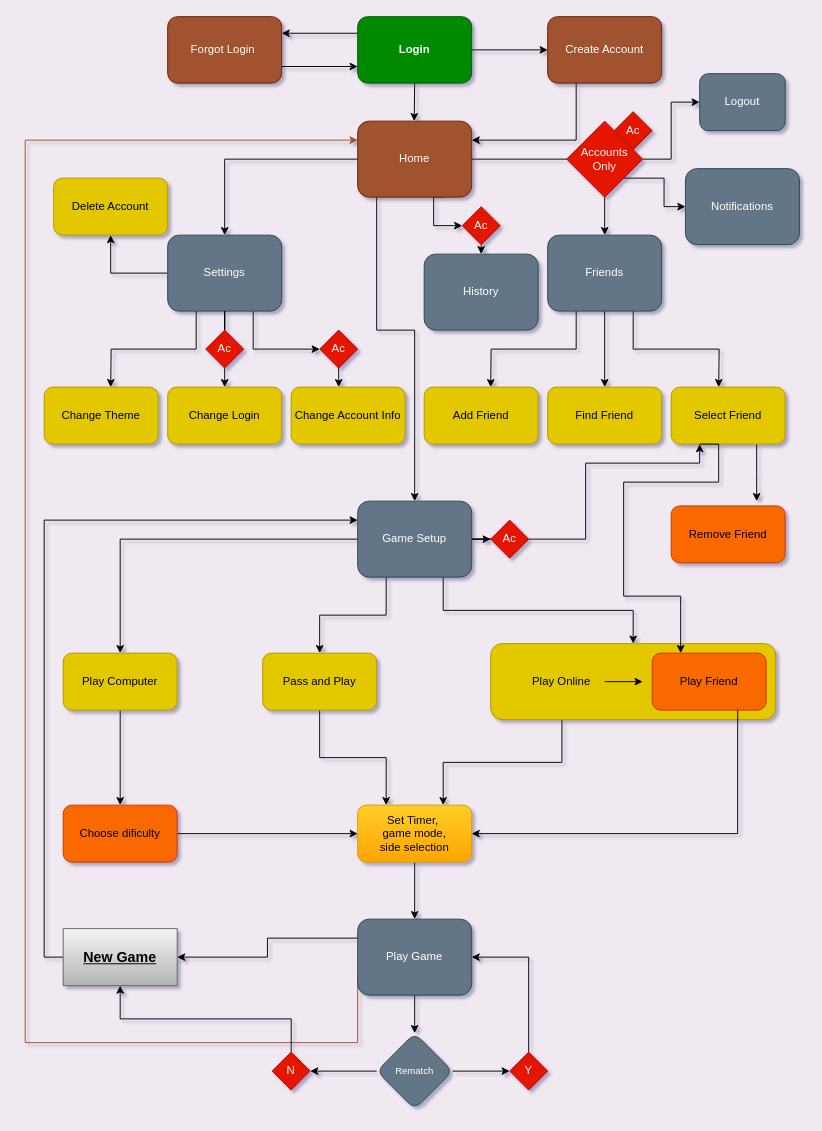
This is Documentation/SiteFlowChart.drawio from Logangosha/ChessApp, a draw.io file, before an edit. Source tidied: cells renumbered, new cells numbered last; positions are measured from the earlier drawing's top-left corner, leaving out a move shared by most shapes. Both pictures are drawn from the tidied source at 95%, with x=0, y=0 at pixel (25, 16).
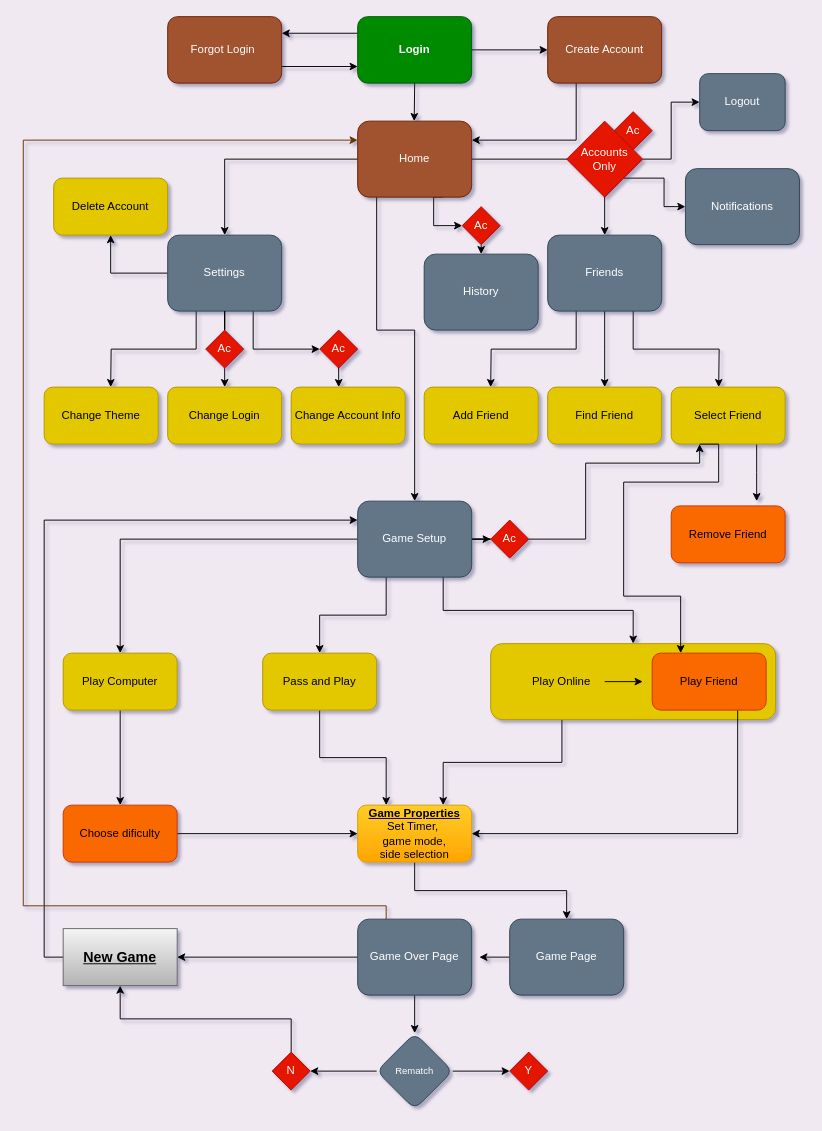
After the change.

Commit message (it also covers changes not shown here):
Added Page Properties file

Unchanged cells that the change refers to:
```xml
<mxCell id="14" value="Home" style="rounded=1;whiteSpace=wrap;html=1;fillColor=#A0522D;fontColor=#ffffff;strokeColor=#6D1F00;" parent="1" vertex="1">
  <mxGeometry x="350" y="110" width="120" height="80" as="geometry" />
</mxCell>
<mxCell id="72" value="&lt;font style=&quot;font-size: 10px;&quot;&gt;Rematch&lt;/font&gt;" style="rhombus;whiteSpace=wrap;html=1;fillColor=#647687;strokeColor=#314354;fontColor=#ffffff;rounded=1;" parent="1" vertex="1">
  <mxGeometry x="370" y="1070" width="80" height="80" as="geometry" />
</mxCell>
<mxCell id="74" value="&lt;font style=&quot;font-size: 15px;&quot;&gt;New Game&lt;/font&gt;" style="text;html=1;strokeColor=#666666;fillColor=#f5f5f5;align=center;verticalAlign=middle;whiteSpace=wrap;rounded=0;fontSize=10;fontStyle=5;gradientColor=#B3B3B3;" parent="1" vertex="1">
  <mxGeometry x="40" y="960" width="120" height="60" as="geometry" />
</mxCell>
<mxCell id="76" value="Y" style="rhombus;whiteSpace=wrap;html=1;fillColor=#e51400;fontColor=#ffffff;strokeColor=#B20000;" parent="1" vertex="1">
  <mxGeometry x="510" y="1090" width="40" height="40" as="geometry" />
</mxCell>
```

What changed in the source:
```diff
@@
-    <mxCell id="62" style="edgeStyle=orthogonalEdgeStyle;rounded=0;jettySize=auto;html=1;exitX=0;exitY=0.75;exitDx=0;exitDy=0;entryX=0;entryY=0.25;entryDx=0;entryDy=0;fontSize=10;fontColor=#FFFFFF;strokeColor=#A0522D;" parent="1" edge="1" source="65" target="14">
-      <mxGeometry relative="1" as="geometry">
-        <Array as="points">
-          <mxPoint x="350" y="1080" />
-          <mxPoint y="1080" />
-          <mxPoint y="130" />
-        </Array>
-      </mxGeometry>
-    </mxCell>
-    <mxCell id="63" style="edgeStyle=orthogonalEdgeStyle;rounded=0;jettySize=auto;html=1;exitX=0.5;exitY=1;exitDx=0;exitDy=0;entryX=0.5;entryY=0;entryDx=0;entryDy=0;fontSize=15;fontColor=#000000;" parent="1" edge="1" source="65" target="72">
-      <mxGeometry relative="1" as="geometry" />
-    </mxCell>
-    <mxCell id="64" style="edgeStyle=orthogonalEdgeStyle;rounded=0;jettySize=auto;html=1;exitX=0;exitY=0.25;exitDx=0;exitDy=0;entryX=1;entryY=0.5;entryDx=0;entryDy=0;fontSize=15;fontColor=#000000;" parent="1" edge="1" source="65" target="74">
-      <mxGeometry relative="1" as="geometry" />
-    </mxCell>
+    <mxCell id="81" style="edgeStyle=orthogonalEdgeStyle;rounded=0;jettySize=auto;html=1;exitX=0;exitY=0.5;exitDx=0;exitDy=0;" parent="1" edge="1" source="65">
+      <mxGeometry relative="1" as="geometry">
+        <mxPoint x="478.1" y="989.9" as="targetPoint" />
+      </mxGeometry>
+    </mxCell>
-    <mxCell id="65" value="Play Game" style="rounded=1;whiteSpace=wrap;html=1;fillColor=#647687;fontColor=#ffffff;strokeColor=#314354;" parent="1" vertex="1">
-      <mxGeometry x="350" y="950" width="120" height="80" as="geometry" />
+    <mxCell id="65" value="Game Page" style="rounded=1;whiteSpace=wrap;html=1;fillColor=#647687;fontColor=#ffffff;strokeColor=#314354;" parent="1" vertex="1">
+      <mxGeometry x="510" y="950" width="120" height="80" as="geometry" />
     </mxCell>
@@
-    <mxCell id="69" value="Set Timer,&amp;nbsp;&lt;br&gt;game mode,&lt;br&gt;side selection" style="rounded=1;whiteSpace=wrap;html=1;strokeColor=#d79b00;fontSize=12;fillColor=#ffcd28;gradientColor=#ffa500;" parent="1" vertex="1">
+    <mxCell id="69" value="&lt;b&gt;&lt;u&gt;Game Properties&lt;/u&gt;&lt;/b&gt;&lt;br&gt;Set Timer,&amp;nbsp;&lt;br&gt;game mode,&lt;br&gt;side selection" style="rounded=1;whiteSpace=wrap;html=1;strokeColor=#d79b00;fontSize=12;fillColor=#ffcd28;gradientColor=#ffa500;" parent="1" vertex="1">
       <mxGeometry x="350" y="830" width="120" height="60" as="geometry" />
     </mxCell>
@@
-    <mxCell id="75" style="edgeStyle=orthogonalEdgeStyle;rounded=0;jettySize=auto;html=1;exitX=0.5;exitY=0;exitDx=0;exitDy=0;entryX=1;entryY=0.5;entryDx=0;entryDy=0;fontSize=15;fontColor=#000000;" parent="1" edge="1" source="76" target="65">
-      <mxGeometry relative="1" as="geometry" />
-    </mxCell>
@@
+    <mxCell id="82" style="edgeStyle=orthogonalEdgeStyle;rounded=0;jettySize=auto;html=1;exitX=0.5;exitY=1;exitDx=0;exitDy=0;entryX=0.5;entryY=0;entryDx=0;entryDy=0;" parent="1" edge="1" source="85" target="72">
+      <mxGeometry relative="1" as="geometry" />
+    </mxCell>
+    <mxCell id="83" style="edgeStyle=orthogonalEdgeStyle;rounded=0;jettySize=auto;html=1;exitX=0;exitY=0.5;exitDx=0;exitDy=0;entryX=1;entryY=0.5;entryDx=0;entryDy=0;" parent="1" edge="1" source="85" target="74">
+      <mxGeometry relative="1" as="geometry" />
+    </mxCell>
+    <mxCell id="84" style="edgeStyle=orthogonalEdgeStyle;rounded=0;jettySize=auto;html=1;exitX=0.25;exitY=0;exitDx=0;exitDy=0;entryX=0;entryY=0.25;entryDx=0;entryDy=0;strokeColor=#663300;" parent="1" edge="1" source="85" target="14">
+      <mxGeometry relative="1" as="geometry">
+        <Array as="points">
+          <mxPoint x="380" y="936" />
+          <mxPoint x="-2" y="936" />
+          <mxPoint x="-2" y="130" />
+        </Array>
+      </mxGeometry>
+    </mxCell>
+    <mxCell id="85" value="Game Over Page" style="rounded=1;whiteSpace=wrap;html=1;fillColor=#647687;fontColor=#ffffff;strokeColor=#314354;" parent="1" vertex="1">
+      <mxGeometry x="350" y="950" width="120" height="80" as="geometry" />
+    </mxCell>
```
